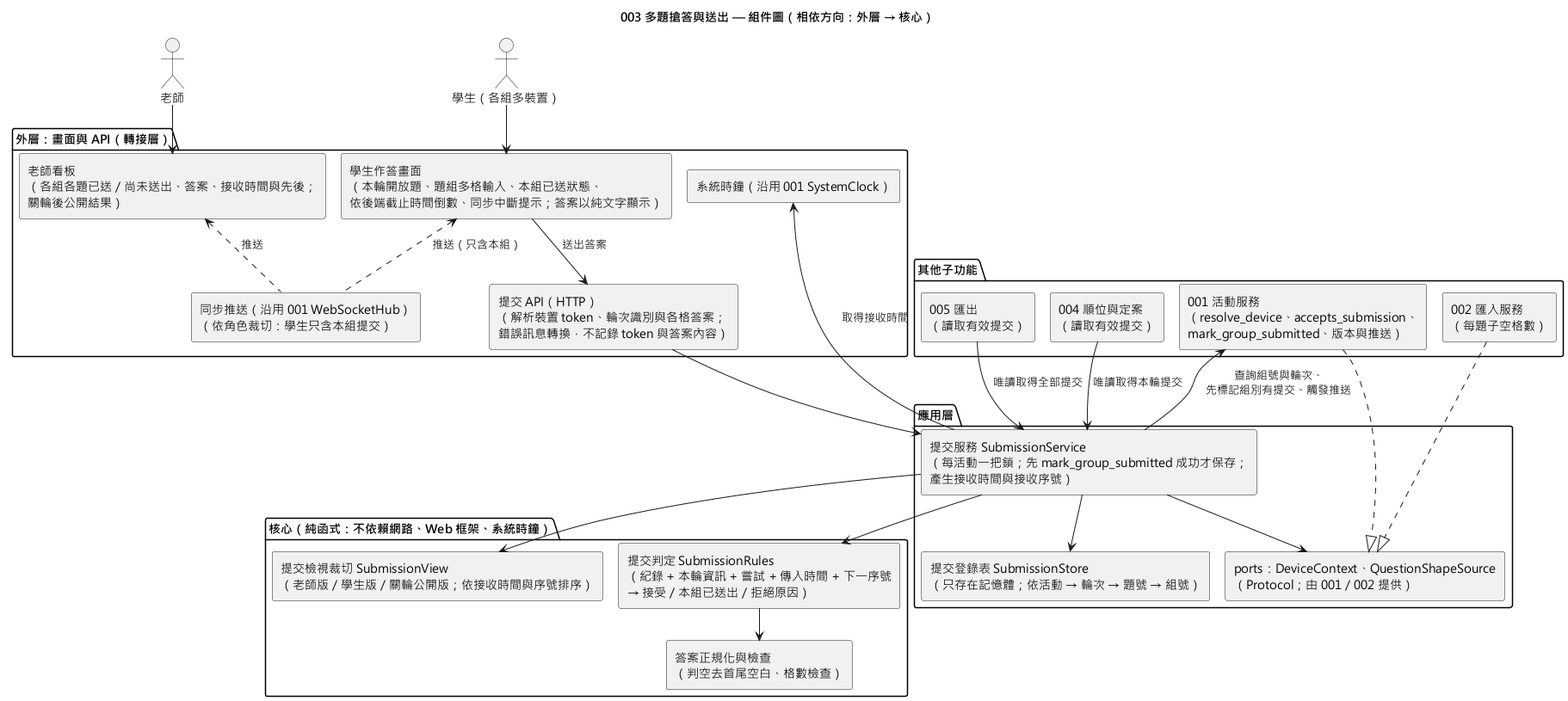
The PlantUML diagram diagrams/003-round-submission-component.png in EricC430/lecture-answer-first_group16_speckit, before a commit.
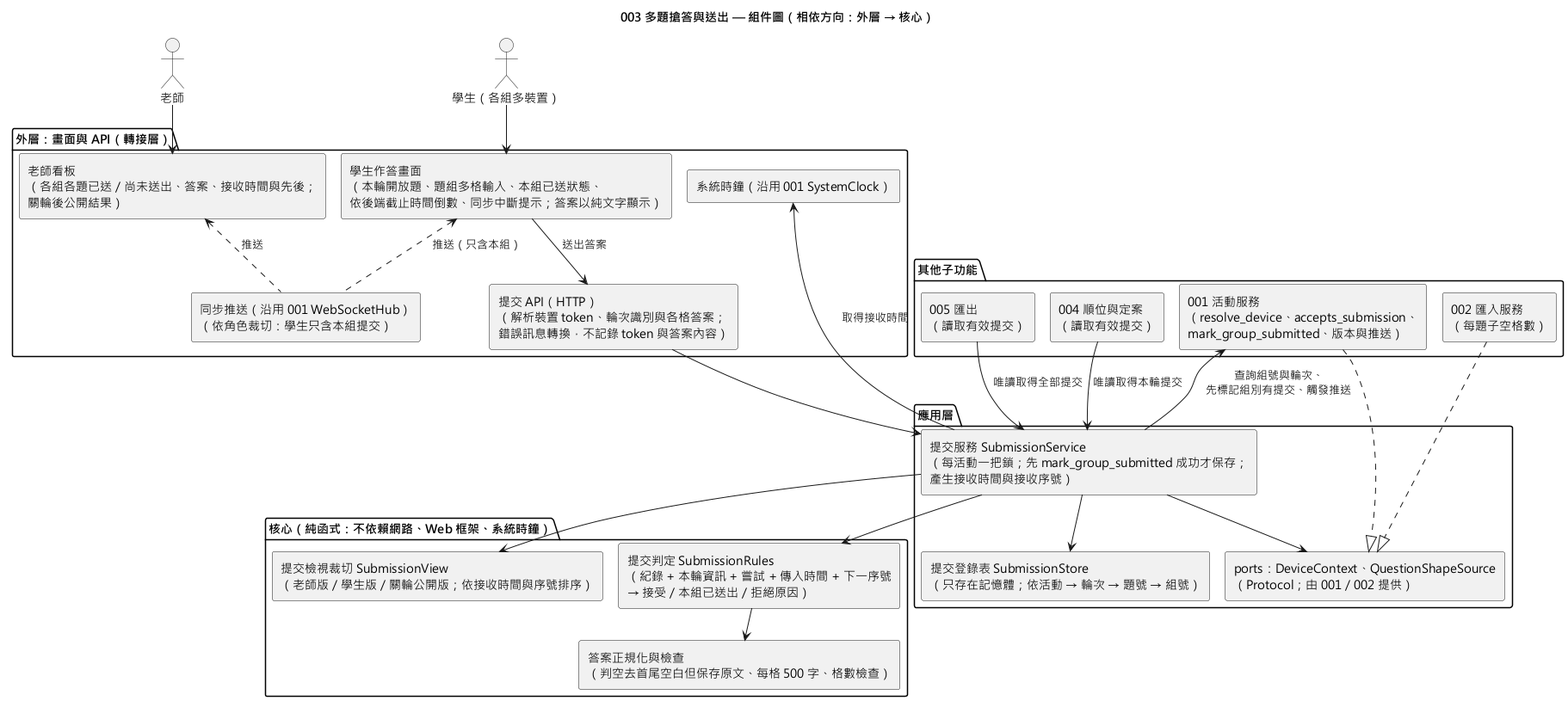
Above is the later version.

What changed in the source:
```diff
@@ -23,7 +23,7 @@
 
 package "核心（純函式：不依賴網路、Web 框架、系統時鐘）" {
   [提交判定 SubmissionRules\n（紀錄 + 本輪資訊 + 嘗試 + 傳入時間 + 下一序號\n→ 接受／本組已送出／拒絕原因）] as Rules
-  [答案正規化與檢查\n（判空去首尾空白、格數檢查）] as AnswerRules
+  [答案正規化與檢查\n（判空去首尾空白但保存原文、每格 500 字、格數檢查）] as AnswerRules
   [提交檢視裁切 SubmissionView\n（老師版／學生版／關輪公開版；依接收時間與序號排序）] as View
 }
 
```
